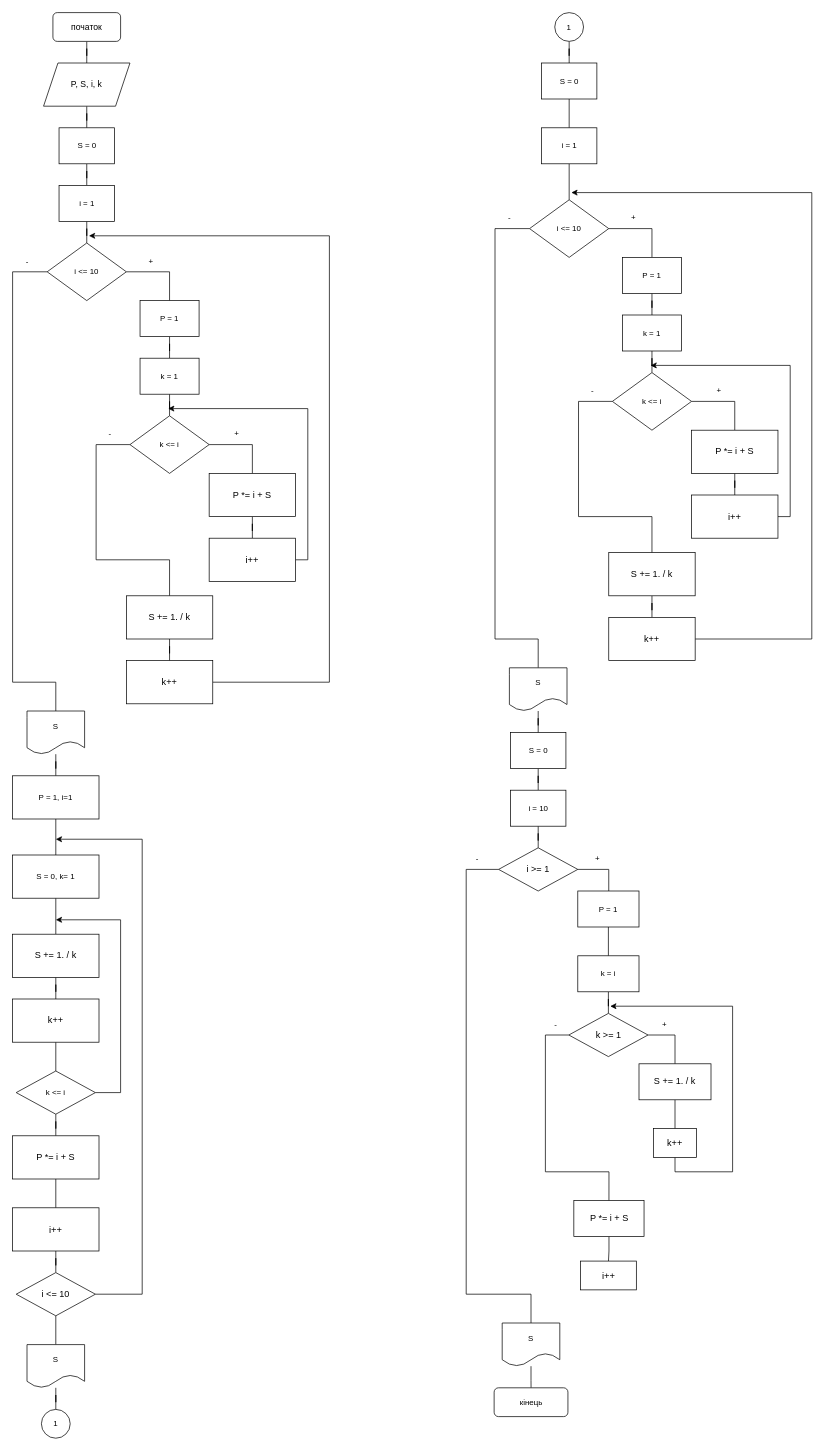
Earlier version of the draw.io diagram PR-4.6.drawio (Slava-v-Ukraini/lab_4.5). Source tidied: cells renumbered, new cells numbered last; positions are measured from the earlier drawing's top-left corner, leaving out a move shared by most shapes. Both pictures are drawn from the tidied source at 72%, with x=0, y=0 at pixel (12, 12).
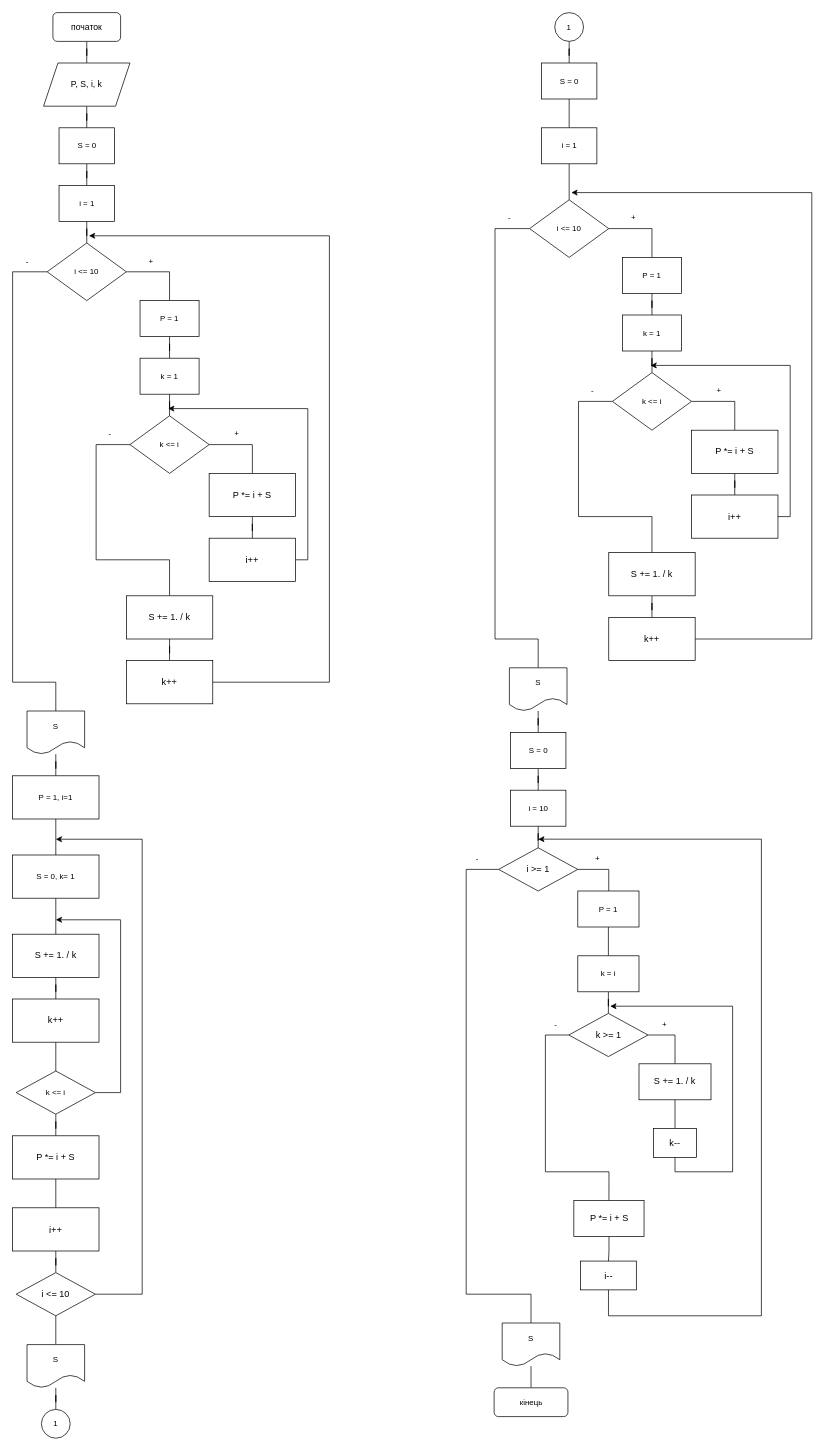
The same page after the edit.

The edit, as a diff of the source:
```diff
@@
-    <mxCell id="103" value="&lt;font face=&quot;Cascadia Mono&quot;&gt;&lt;span style=&quot;font-size: 12.6667px;&quot;&gt;k++&lt;/span&gt;&lt;/font&gt;" style="whiteSpace=wrap;html=1;fontSize=11;labelBackgroundColor=default;" parent="1" vertex="1">
+    <mxCell id="103" value="&lt;font face=&quot;Cascadia Mono&quot;&gt;&lt;span style=&quot;font-size: 12.6667px;&quot;&gt;k--&lt;/span&gt;&lt;/font&gt;" style="whiteSpace=wrap;html=1;fontSize=11;labelBackgroundColor=default;" parent="1" vertex="1">
       <mxGeometry x="890" y="1550" width="60" height="40" as="geometry" />
     </mxCell>
@@
+    <mxCell id="113" style="edgeStyle=orthogonalEdgeStyle;rounded=0;jettySize=auto;html=1;" parent="1" edge="1" source="108">
+      <mxGeometry relative="1" as="geometry">
+        <mxPoint x="730" y="1148" as="targetPoint" />
+        <Array as="points">
+          <mxPoint x="828" y="1810" />
+          <mxPoint x="1040" y="1810" />
+          <mxPoint x="1040" y="1148" />
+        </Array>
+      </mxGeometry>
+    </mxCell>
-    <mxCell id="108" value="i++" style="whiteSpace=wrap;html=1;fontSize=13;labelBackgroundColor=default;" parent="1" vertex="1">
+    <mxCell id="108" value="i--" style="whiteSpace=wrap;html=1;fontSize=13;labelBackgroundColor=default;" parent="1" vertex="1">
       <mxGeometry x="788.8" y="1734" width="77.5" height="40" as="geometry" />
     </mxCell>
```
